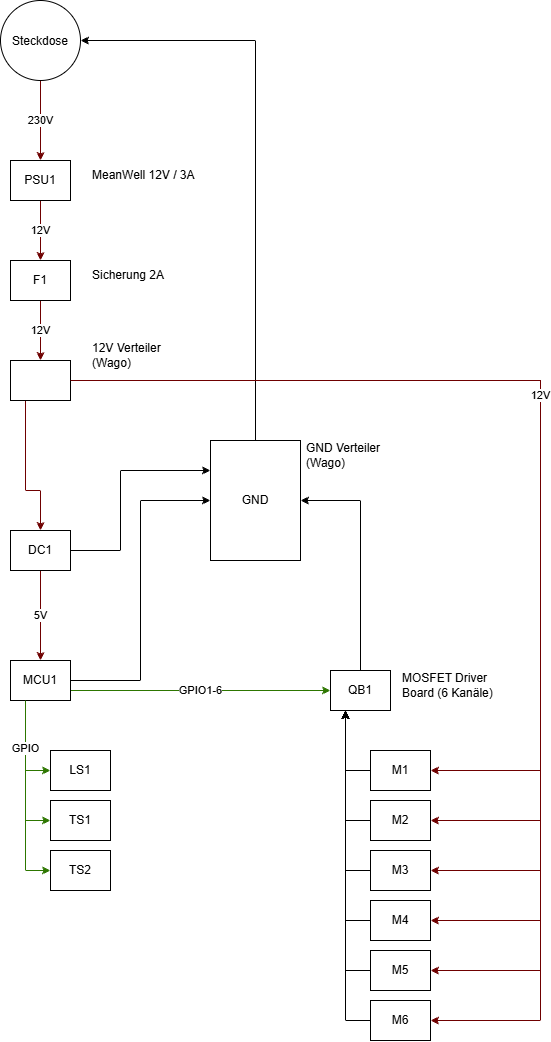
Above: 02_Elektrik.drawio.png in ChrisTinkers/SmartSprout (draw.io), before the change. Source tidied: cells renumbered, new cells last; positions are measured from the earlier drawing's top-left corner, leaving out a move shared by most shapes.
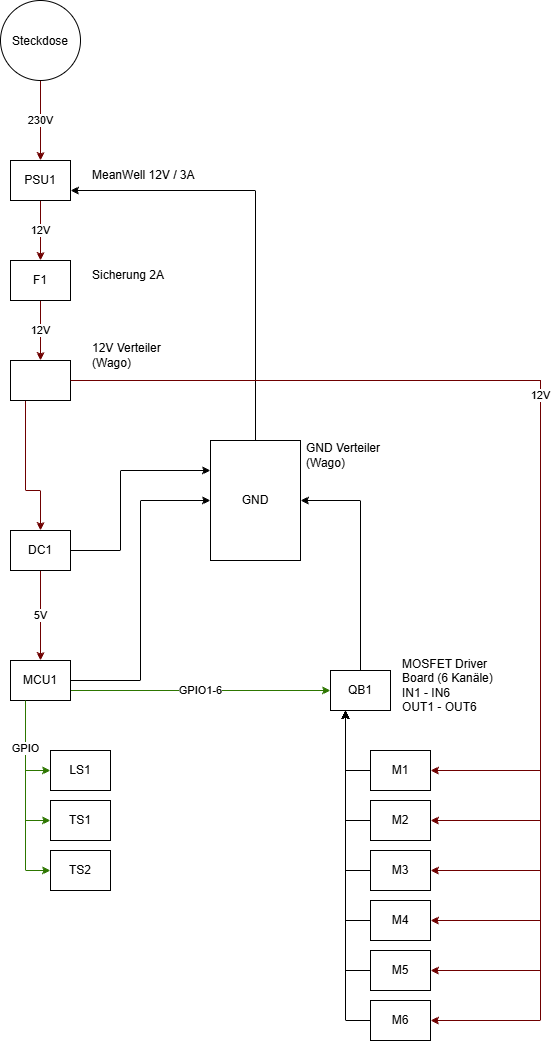
Later version of the same file.

Diff of the diagram source:
```diff
@@ -120,7 +120,7 @@
     <mxCell id="28" value="GPIO" style="edgeStyle=orthogonalEdgeStyle;rounded=0;jettySize=auto;html=1;exitX=0.25;exitY=1;exitDx=0;exitDy=0;entryX=0;entryY=0.5;entryDx=0;entryDy=0;fillColor=#60a917;strokeColor=#2D7600;" parent="1" edge="1" source="24" target="25">
       <mxGeometry relative="1" as="geometry" />
     </mxCell>
-    <mxCell id="29" style="edgeStyle=orthogonalEdgeStyle;rounded=0;jettySize=auto;html=1;exitX=0.5;exitY=0;exitDx=0;exitDy=0;entryX=1;entryY=0.5;entryDx=0;entryDy=0;" parent="1" edge="1" source="30" target="47">
+    <mxCell id="29" style="edgeStyle=orthogonalEdgeStyle;rounded=0;jettySize=auto;html=1;exitX=0.5;exitY=0;exitDx=0;exitDy=0;entryX=1;entryY=0.75;entryDx=0;entryDy=0;" parent="1" edge="1" source="30" target="3">
       <mxGeometry relative="1" as="geometry" />
     </mxCell>
     <mxCell id="30" value="GND" style="rounded=0;whiteSpace=wrap;html=1;" parent="1" vertex="1">
@@ -132,7 +132,7 @@
     <mxCell id="32" value="QB1" style="rounded=0;whiteSpace=wrap;html=1;" parent="1" vertex="1">
       <mxGeometry x="330" y="670" width="60" height="40" as="geometry" />
     </mxCell>
-    <mxCell id="33" value="MOSFET Driver Board (6 Kanäle)" style="text;html=1;whiteSpace=wrap;strokeColor=none;fillColor=none;align=left;verticalAlign=middle;rounded=0;" parent="1" vertex="1">
+    <mxCell id="33" value="MOSFET Driver Board (6 Kanäle)&lt;div&gt;IN1 - IN6&lt;/div&gt;&lt;div&gt;OUT1 - OUT6&lt;/div&gt;" style="text;html=1;whiteSpace=wrap;strokeColor=none;fillColor=none;align=left;verticalAlign=middle;rounded=0;" parent="1" vertex="1">
       <mxGeometry x="400" y="670" width="110" height="30" as="geometry" />
     </mxCell>
     <mxCell id="34" style="edgeStyle=orthogonalEdgeStyle;rounded=0;jettySize=auto;html=1;exitX=0;exitY=0.5;exitDx=0;exitDy=0;entryX=0.25;entryY=1;entryDx=0;entryDy=0;" parent="1" edge="1" source="35" target="32">
```
